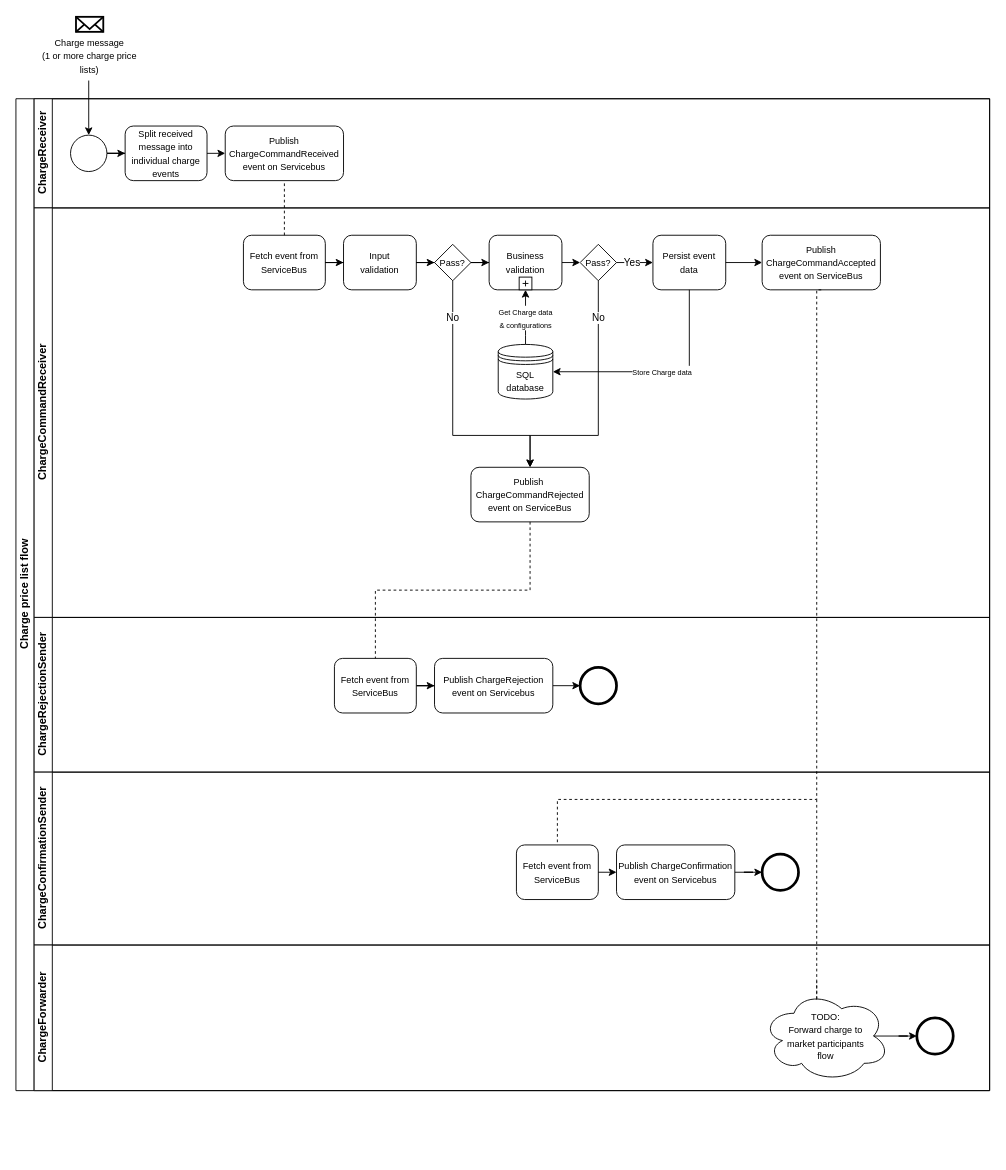
Before: docs/images/ChargePriceListProcessFlow.drawio in Energinet-DataHub/ARCHIVED-geh-charges, a draw.io diagram. Source tidied: cells renumbered, new cells numbered last; positions are measured from the earlier drawing's top-left corner, leaving out a move shared by most shapes. Both pictures are drawn from the tidied source at 91%, with x=0, y=0 at pixel (15, 16).
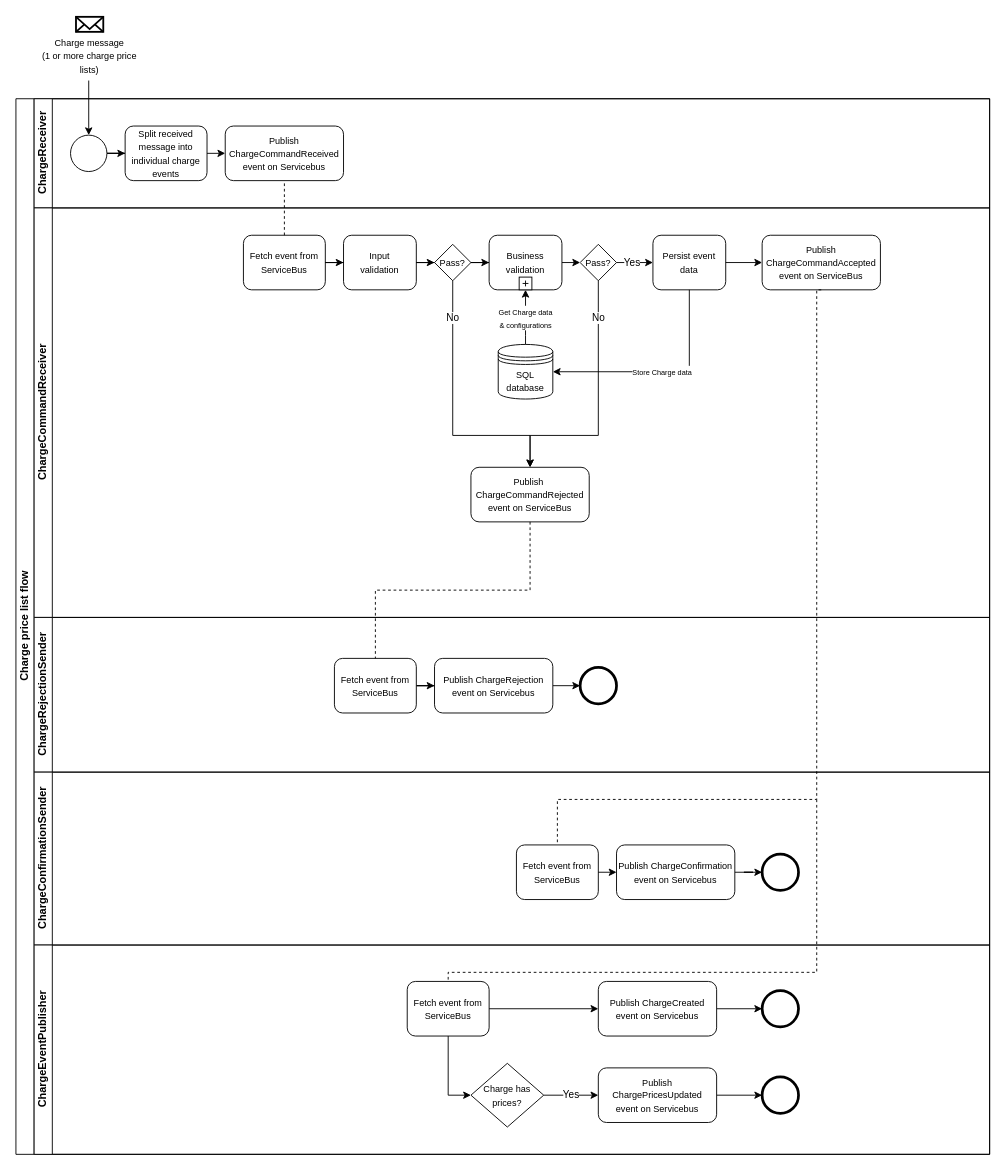
After the change.

What changed in the source:
```diff
@@
     <mxCell id="2" value="Charge price list flow" style="swimlane;html=1;horizontal=0;startSize=20;rounded=0;" parent="1" vertex="1">
-      <mxGeometry y="90" width="1070" height="1090" as="geometry" />
+      <mxGeometry y="90" width="1070" height="1160" as="geometry" />
     </mxCell>
@@
-    <mxCell id="43" value="ChargeForwarder" style="swimlane;html=1;startSize=20;horizontal=0;" parent="2" vertex="1">
-      <mxGeometry x="20" y="930" width="1050" height="160" as="geometry" />
+    <mxCell id="43" value="ChargeEventPublisher" style="swimlane;html=1;startSize=20;horizontal=0;" parent="2" vertex="1">
+      <mxGeometry x="20" y="930" width="1050" height="230" as="geometry" />
     </mxCell>
-    <mxCell id="44" value="&lt;font style=&quot;font-size: 10px&quot;&gt;TODO: &lt;br&gt;Forward charge to &lt;br&gt;market participants &lt;br&gt;flow&lt;/font&gt;" style="ellipse;shape=cloud;whiteSpace=wrap;html=1;" parent="43" vertex="1">
-      <mxGeometry x="800" y="50" width="140" height="100" as="geometry" />
-    </mxCell>
     <mxCell id="45" style="shape=mxgraph.bpmn.shape;html=1;verticalLabelPosition=bottom;labelBackgroundColor=#ffffff;verticalAlign=top;align=center;perimeter=ellipsePerimeter;outlineConnect=0;outline=end;symbol=general;strokeColor=#000000;" parent="43" vertex="1">
-      <mxGeometry x="970" y="80" width="40" height="40" as="geometry" />
+      <mxGeometry x="800" y="50" width="40" height="40" as="geometry" />
     </mxCell>
-    <mxCell id="46" style="edgeStyle=orthogonalEdgeStyle;rounded=0;jettySize=auto;html=1;exitX=0.875;exitY=0.5;exitDx=0;exitDy=0;exitPerimeter=0;" parent="43" edge="1" source="44" target="45">
+    <mxCell id="46" style="edgeStyle=orthogonalEdgeStyle;rounded=0;jettySize=auto;html=1;exitX=1;exitY=0.5;exitDx=0;exitDy=0;" parent="43" edge="1" source="55" target="45">
       <mxGeometry relative="1" as="geometry" />
     </mxCell>
+    <mxCell id="55" value="&lt;font style=&quot;font-size: 10px&quot;&gt;Publish ChargeCreated&lt;br&gt;event on Servicebus&lt;/font&gt;" style="rounded=1;whiteSpace=wrap;html=1;fontFamily=Helvetica;fontSize=12;fontColor=#000000;align=center;" parent="43" vertex="1">
+      <mxGeometry x="620" y="40" width="130" height="60" as="geometry" />
+    </mxCell>
+    <mxCell id="56" style="edgeStyle=orthogonalEdgeStyle;rounded=0;jettySize=auto;html=1;entryX=0;entryY=0.5;entryDx=0;entryDy=0;exitX=0.5;exitY=1;exitDx=0;exitDy=0;" parent="43" edge="1" source="57" target="63">
+      <mxGeometry relative="1" as="geometry">
+        <Array as="points">
+          <mxPoint x="455" y="165" />
+        </Array>
+      </mxGeometry>
+    </mxCell>
+    <mxCell id="57" value="&lt;font style=&quot;font-size: 10px&quot;&gt;Fetch event from ServiceBus&lt;/font&gt;" style="rounded=1;whiteSpace=wrap;html=1;fontFamily=Helvetica;fontSize=12;fontColor=#000000;align=center;" parent="43" vertex="1">
+      <mxGeometry x="410" y="40" width="90" height="60" as="geometry" />
+    </mxCell>
+    <mxCell id="58" style="edgeStyle=orthogonalEdgeStyle;rounded=0;jettySize=auto;html=1;exitX=1;exitY=0.5;exitDx=0;exitDy=0;entryX=0;entryY=0.5;entryDx=0;entryDy=0;" parent="43" edge="1" source="57" target="55">
+      <mxGeometry relative="1" as="geometry" />
+    </mxCell>
+    <mxCell id="59" style="edgeStyle=orthogonalEdgeStyle;rounded=0;jettySize=auto;html=1;entryX=0;entryY=0.5;entryDx=0;entryDy=0;" parent="43" edge="1" source="60" target="61">
+      <mxGeometry relative="1" as="geometry" />
+    </mxCell>
+    <mxCell id="60" value="&lt;font style=&quot;font-size: 10px&quot;&gt;Publish ChargePricesUpdated&lt;br&gt;event on Servicebus&lt;/font&gt;" style="rounded=1;whiteSpace=wrap;html=1;fontFamily=Helvetica;fontSize=12;fontColor=#000000;align=center;" parent="43" vertex="1">
+      <mxGeometry x="620" y="135" width="130" height="60" as="geometry" />
+    </mxCell>
+    <mxCell id="61" style="shape=mxgraph.bpmn.shape;html=1;verticalLabelPosition=bottom;labelBackgroundColor=#ffffff;verticalAlign=top;align=center;perimeter=ellipsePerimeter;outlineConnect=0;outline=end;symbol=general;strokeColor=#000000;" parent="43" vertex="1">
+      <mxGeometry x="800" y="145" width="40" height="40" as="geometry" />
+    </mxCell>
+    <mxCell id="62" value="Yes" style="edgeStyle=orthogonalEdgeStyle;rounded=0;jettySize=auto;html=1;entryX=0;entryY=0.5;entryDx=0;entryDy=0;" parent="43" edge="1" source="63" target="60">
+      <mxGeometry relative="1" as="geometry" />
+    </mxCell>
+    <mxCell id="63" value="&lt;font style=&quot;font-size: 10px&quot;&gt;Charge has prices?&lt;/font&gt;" style="rhombus;whiteSpace=wrap;html=1;fontFamily=Helvetica;fontSize=12;fontColor=#000000;align=center;" parent="43" vertex="1">
+      <mxGeometry x="480" y="130" width="80" height="70" as="geometry" />
+    </mxCell>
@@
-    <mxCell id="54" style="endArrow=none;dashed=1;edgeStyle=orthogonalEdgeStyle;rounded=0;orthogonalLoop=1;jettySize=auto;html=1;" parent="1" edge="1">
+    <mxCell id="54" style="endArrow=none;dashed=1;edgeStyle=orthogonalEdgeStyle;rounded=0;jettySize=auto;html=1;entryX=0.5;entryY=0;entryDx=0;entryDy=0;" parent="1" edge="1" target="57">
       <mxGeometry relative="1" as="geometry">
         <mxPoint x="880" y="860" as="sourcePoint" />
-        <mxPoint x="880" y="1060" as="targetPoint" />
         <Array as="points">
-          <mxPoint x="880" y="1081" />
+          <mxPoint x="880" y="1050" />
+          <mxPoint x="475" y="1050" />
         </Array>
       </mxGeometry>
     </mxCell>
```
